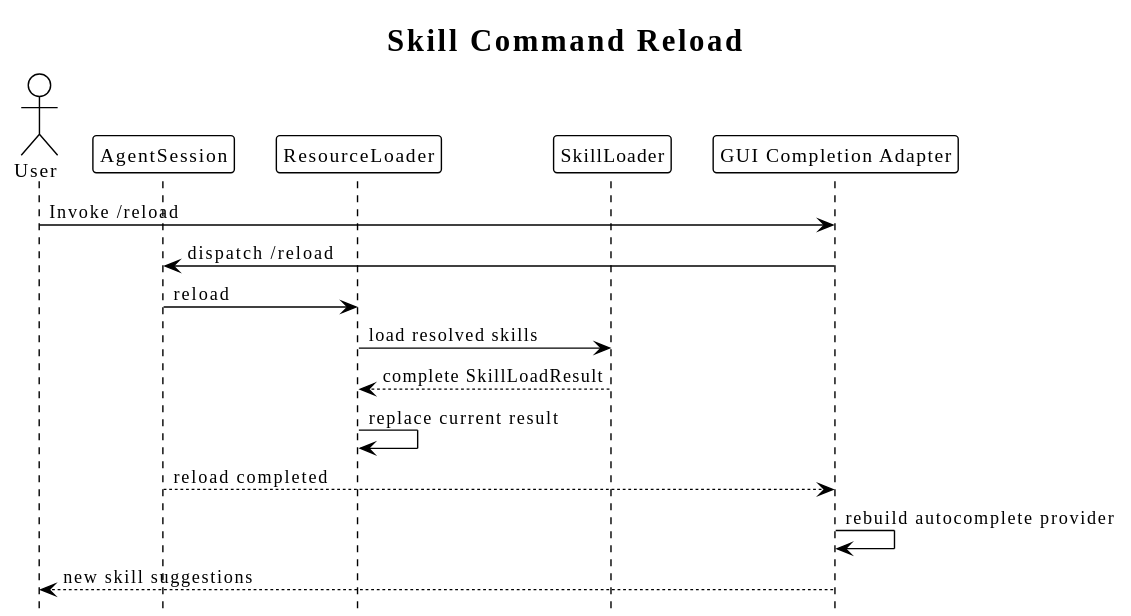
The PlantUML diagram diagrams/skill-command/06-reload.svg in superheromeZzh/pi-mono-java-design, before a commit.
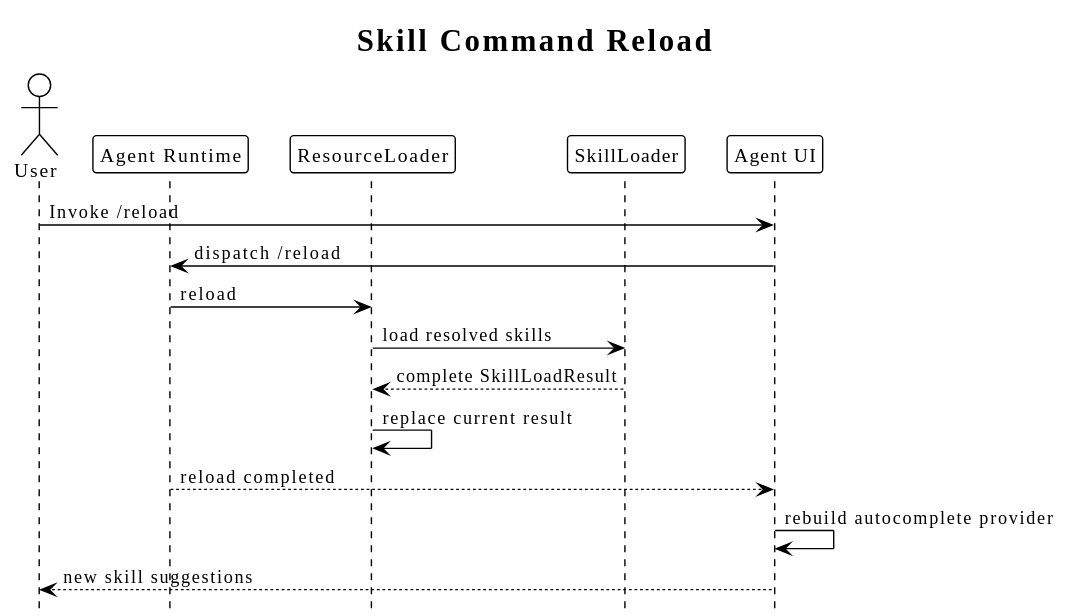
The same diagram one commit later.

Commit message:
docs(agent): clarify skill command runtime boundary

Diff of the diagram source:
```diff
@@ -8,10 +8,10 @@
 title Skill Command Reload
 
 actor User as U
-participant AgentSession as S
+participant "Agent Runtime" as S
 participant ResourceLoader as R
 participant SkillLoader as L
-participant "GUI Completion Adapter" as T
+participant "Agent UI" as T
 
 U -> T : Invoke /reload
 T -> S : dispatch /reload
```
